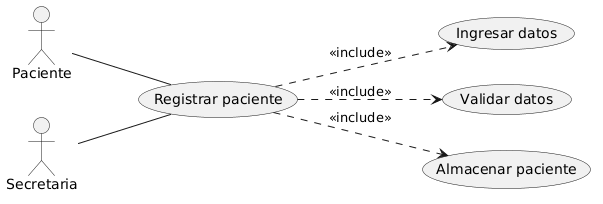
The PlantUML diagram diagramas/02-casos-de-uso/02-caso-uso-registrar-paciente-04/02-caso-uso-registrar-paciente-04.png in FacundoGuiraldes/SistemaTurnosMedicos, before a commit. Source of this version:
```plantuml
@startuml
left to right direction
actor Paciente
actor Secretaria

usecase "Registrar paciente" as UC1
usecase "Ingresar datos" as UC2
usecase "Validar datos" as UC3
usecase "Almacenar paciente" as UC4

Paciente -- UC1
Secretaria -- UC1

UC1 ..> UC2 : <<include>>
UC1 ..> UC3 : <<include>>
UC1 ..> UC4 : <<include>>
@enduml
```
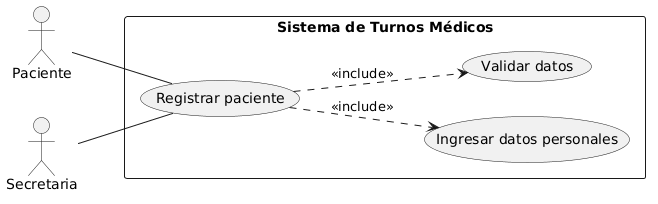
The same file after the commit.

What changed in the source:
```diff
@@ -1,17 +1,18 @@
 @startuml
 left to right direction
+
 actor Paciente
 actor Secretaria
 
-usecase "Registrar paciente" as UC1
-usecase "Ingresar datos" as UC2
-usecase "Validar datos" as UC3
-usecase "Almacenar paciente" as UC4
+rectangle "Sistema de Turnos Médicos" {
+    usecase "Registrar paciente" as UC1
+    usecase "Ingresar datos personales" as UC2
+    usecase "Validar datos" as UC3
+}
 
 Paciente -- UC1
 Secretaria -- UC1
 
 UC1 ..> UC2 : <<include>>
 UC1 ..> UC3 : <<include>>
-UC1 ..> UC4 : <<include>>
 @enduml
```
